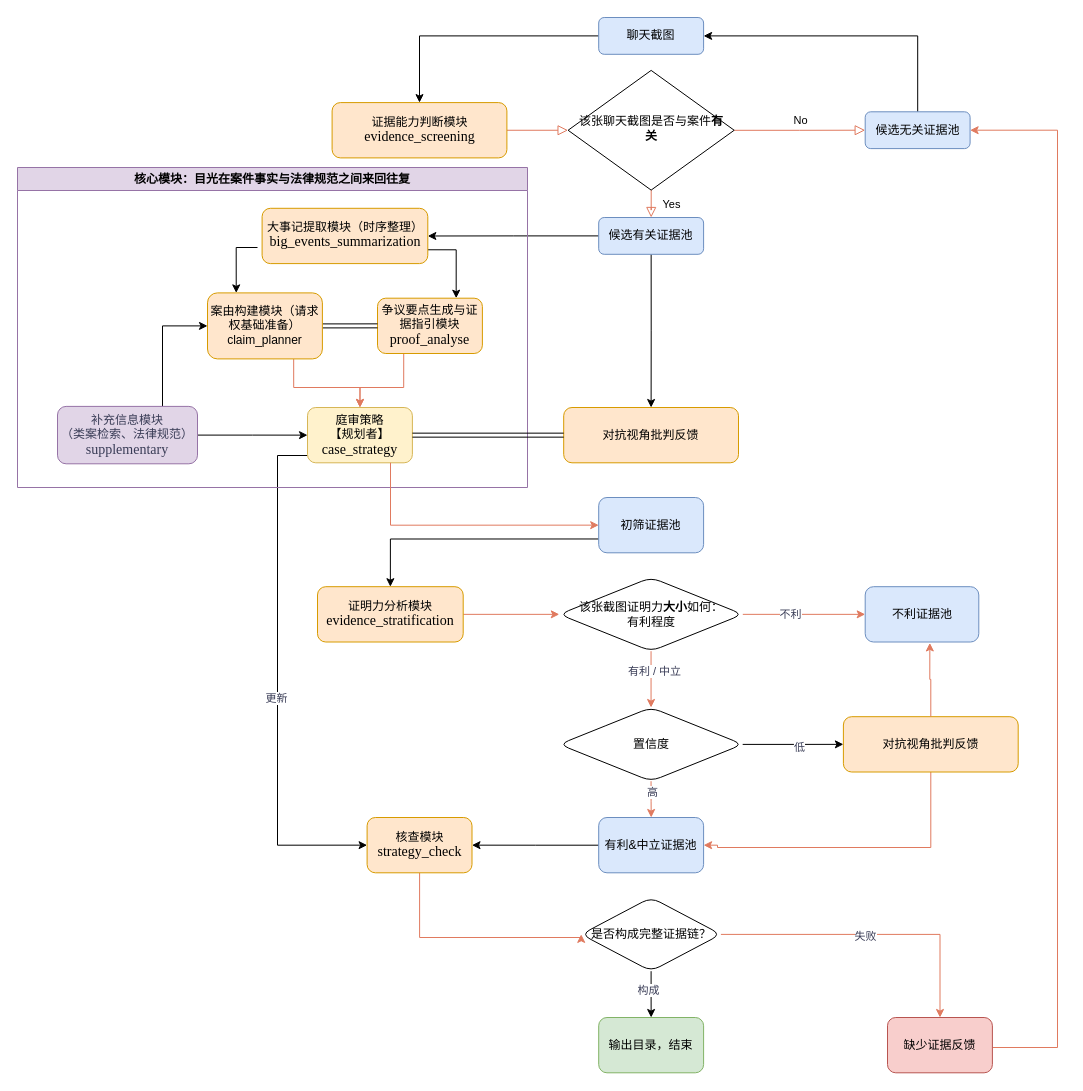
The draw.io diagram page "Page-1" (1 of 2) of 未命名绘图.drawio in ValeriaWong/master_thesis_wechat_legal_vqa, before the edit. Source tidied: cells renumbered, new cells numbered last; positions are measured from the earlier drawing's top-left corner, leaving out a move shared by most shapes. Both pictures are drawn from the tidied source at 100%, with x=0, y=0 at pixel (17, 17).
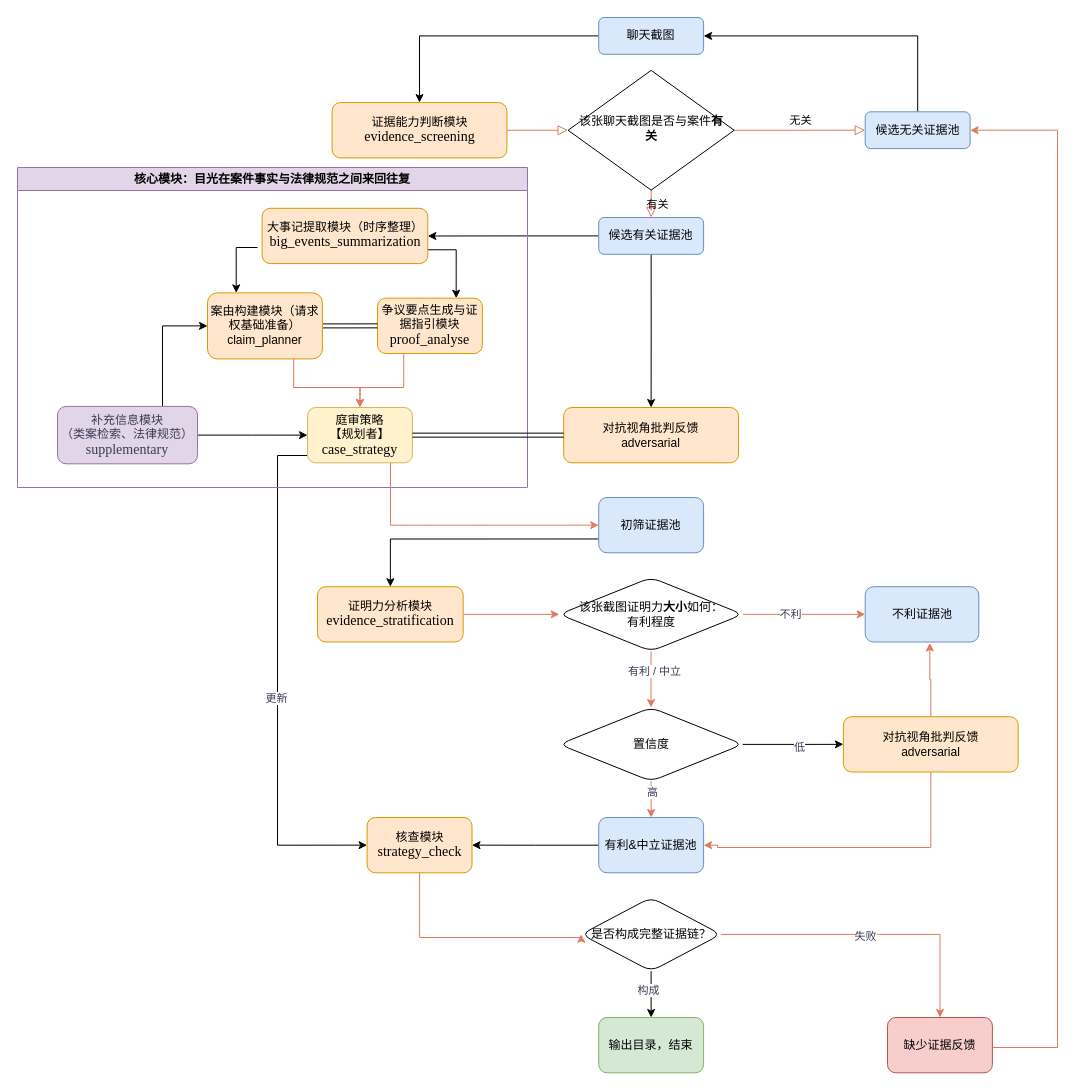
The same page after the edit.

Commit message (it also covers changes not shown here):
更新未命名绘图.drawio

The change refers to these unchanged cells:
```xml
<mxCell id="6" value="该张聊天截图是否与案件&lt;b&gt;有关&lt;/b&gt;" style="rhombus;whiteSpace=wrap;html=1;shadow=0;fontFamily=Helvetica;fontSize=12;align=center;strokeWidth=1;spacing=6;spacingTop=-4;labelBackgroundColor=none;" parent="1" vertex="1">
  <mxGeometry x="550.6" y="52.9" width="166.1" height="119.7" as="geometry" />
</mxCell>
<mxCell id="8" value="候选无关证据池" style="rounded=1;whiteSpace=wrap;html=1;fontSize=12;glass=0;strokeWidth=1;shadow=0;labelBackgroundColor=none;fillColor=#dae8fc;strokeColor=#6c8ebf;" parent="1" vertex="1">
  <mxGeometry x="847.7" y="94.3" width="104.9" height="36.8" as="geometry" />
</mxCell>
<mxCell id="11" value="候选有关证据池" style="rounded=1;whiteSpace=wrap;html=1;fontSize=12;glass=0;strokeWidth=1;shadow=0;labelBackgroundColor=none;fillColor=#dae8fc;strokeColor=#6c8ebf;" parent="1" vertex="1">
  <mxGeometry x="581.2" y="200" width="104.9" height="36.8" as="geometry" />
</mxCell>
```

Diff of the diagram source:
```diff
@@
-    <mxCell id="4" value="Yes" style="rounded=0;html=1;jettySize=auto;fontSize=11;endArrow=block;endFill=0;endSize=8;strokeWidth=1;shadow=0;labelBackgroundColor=none;edgeStyle=orthogonalEdgeStyle;strokeColor=#E07A5F;fontColor=default;entryX=0.5;entryY=0;entryDx=0;entryDy=0;" parent="1" edge="1" source="6" target="11">
-      <mxGeometry y="20" relative="1" as="geometry" />
+    <mxCell id="4" value="有关" style="rounded=0;html=1;jettySize=auto;fontSize=11;endArrow=block;endFill=0;endSize=8;strokeWidth=1;shadow=0;labelBackgroundColor=none;edgeStyle=orthogonalEdgeStyle;strokeColor=#E07A5F;fontColor=default;entryX=0.5;entryY=0;entryDx=0;entryDy=0;" parent="1" edge="1" source="6" target="11">
+      <mxGeometry y="-6" relative="1" as="geometry">
+        <mxPoint x="12" as="offset" />
+      </mxGeometry>
     </mxCell>
-    <mxCell id="5" value="No" style="edgeStyle=orthogonalEdgeStyle;rounded=0;html=1;jettySize=auto;fontSize=11;endArrow=block;endFill=0;endSize=8;strokeWidth=1;shadow=0;labelBackgroundColor=none;strokeColor=#E07A5F;fontColor=default;" parent="1" edge="1" source="6" target="8">
+    <mxCell id="5" value="无关" style="edgeStyle=orthogonalEdgeStyle;rounded=0;html=1;jettySize=auto;fontSize=11;endArrow=block;endFill=0;endSize=8;strokeWidth=1;shadow=0;labelBackgroundColor=none;strokeColor=#E07A5F;fontColor=default;" parent="1" edge="1" source="6" target="8">
       <mxGeometry y="10" relative="1" as="geometry" />
     </mxCell>
@@
-    <mxCell id="33" value="对抗视角批判反馈" style="rounded=1;whiteSpace=wrap;html=1;fontSize=12;glass=0;strokeWidth=1;shadow=0;fillColor=#ffe6cc;strokeColor=#d79b00;labelBackgroundColor=none;" parent="1" vertex="1">
+    <mxCell id="33" value="对抗视角批判反馈&lt;div&gt;adversarial&lt;/div&gt;" style="rounded=1;whiteSpace=wrap;html=1;fontSize=12;glass=0;strokeWidth=1;shadow=0;fillColor=#ffe6cc;strokeColor=#d79b00;labelBackgroundColor=none;" parent="1" vertex="1">
       <mxGeometry x="825.9" y="699.2" width="174.8" height="55.3" as="geometry" />
     </mxCell>
@@
-    <mxCell id="59" value="对抗视角批判反馈" style="rounded=1;whiteSpace=wrap;html=1;fontSize=12;glass=0;strokeWidth=1;shadow=0;fillColor=#ffe6cc;strokeColor=#d79b00;labelBackgroundColor=none;" parent="1" vertex="1">
+    <mxCell id="59" value="对抗视角批判反馈&lt;div&gt;adversarial&lt;/div&gt;" style="rounded=1;whiteSpace=wrap;html=1;fontSize=12;glass=0;strokeWidth=1;shadow=0;fillColor=#ffe6cc;strokeColor=#d79b00;labelBackgroundColor=none;" parent="1" vertex="1">
       <mxGeometry x="546.2" y="390" width="174.8" height="55.3" as="geometry" />
     </mxCell>
```
